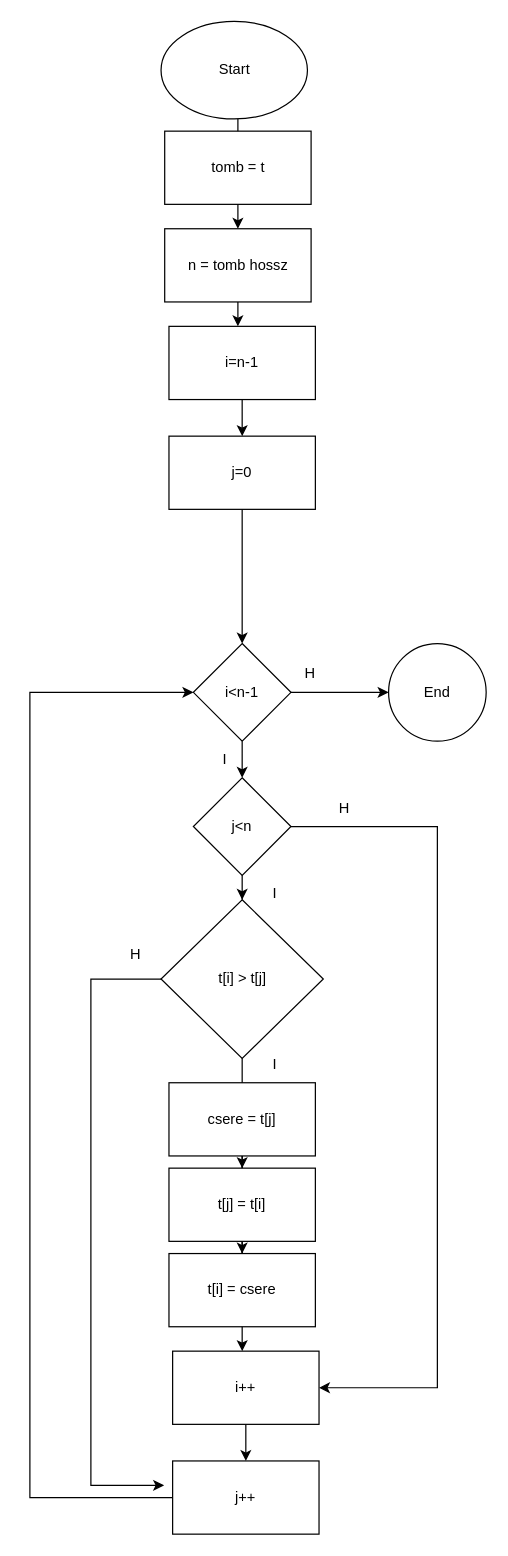
Before: Csere.drawio in Dani-frog/ada, a draw.io diagram. Source tidied: cells renumbered, new cells numbered last; positions are measured from the earlier drawing's top-left corner, leaving out a move shared by most shapes. Both pictures are drawn from the tidied source at 122%, with x=0, y=0 at pixel (29, 21).
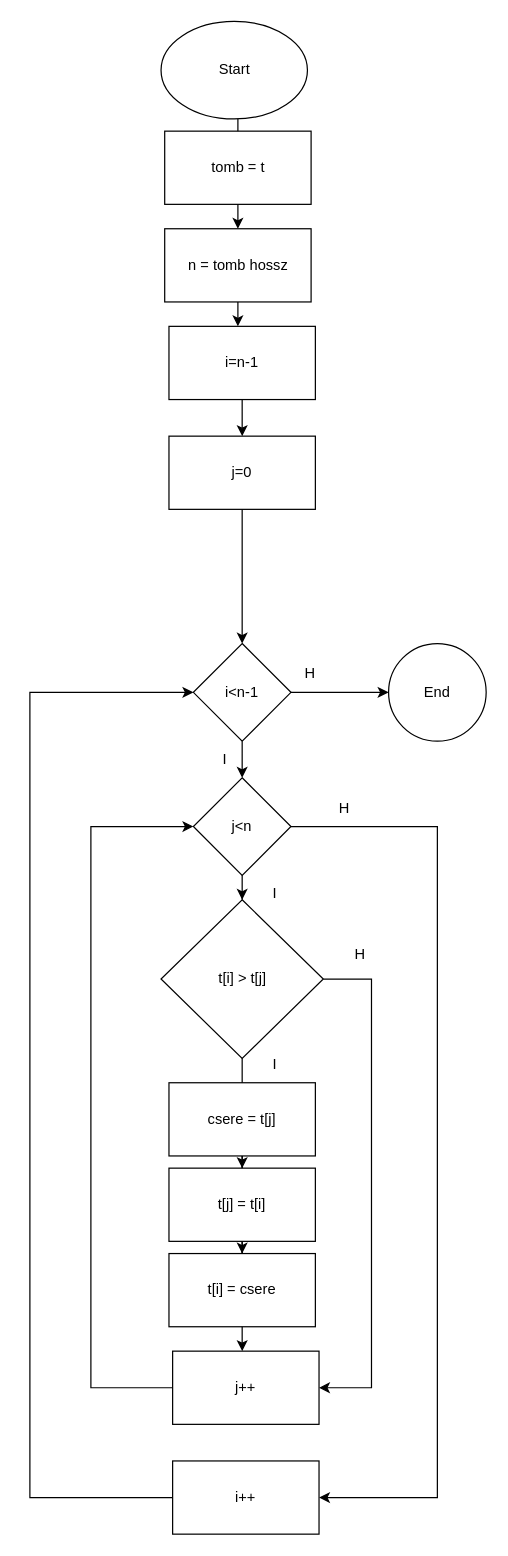
After the change.

The change refers to these unchanged cells:
```xml
<mxCell id="31" value="j&amp;lt;n" style="rhombus;whiteSpace=wrap;html=1;" parent="1" vertex="1">
  <mxGeometry x="134" y="620" width="80" height="80" as="geometry" />
</mxCell>
<mxCell id="33" value="t[i] &amp;gt; t[j]" style="rhombus;whiteSpace=wrap;html=1;" parent="1" vertex="1">
  <mxGeometry x="107.5" y="720" width="133" height="130" as="geometry" />
</mxCell>
```

Change to the diagram source:
```diff
@@
-    <mxCell id="13" style="edgeStyle=orthogonalEdgeStyle;rounded=0;jettySize=auto;html=1;entryX=1;entryY=0.5;entryDx=0;entryDy=0;" parent="1" edge="1" source="31" target="15">
+    <mxCell id="13" style="edgeStyle=orthogonalEdgeStyle;rounded=0;jettySize=auto;html=1;entryX=1;entryY=0.5;entryDx=0;entryDy=0;" parent="1" edge="1" source="31" target="18">
       <mxGeometry relative="1" as="geometry">
         <Array as="points">
           <mxPoint x="334" y="660" />
-          <mxPoint x="334" y="1120" />
+          <mxPoint x="334" y="1210" />
         </Array>
       </mxGeometry>
     </mxCell>
-    <mxCell id="14" style="edgeStyle=orthogonalEdgeStyle;rounded=0;jettySize=auto;html=1;" parent="1" edge="1" source="15" target="18">
-      <mxGeometry relative="1" as="geometry" />
-    </mxCell>
+    <mxCell id="36" style="edgeStyle=orthogonalEdgeStyle;rounded=0;jettySize=auto;html=1;entryX=0;entryY=0.5;entryDx=0;entryDy=0;" parent="1" edge="1" source="15" target="31">
+      <mxGeometry relative="1" as="geometry">
+        <Array as="points">
+          <mxPoint x="50" y="1120" />
+          <mxPoint x="50" y="660" />
+        </Array>
+      </mxGeometry>
+    </mxCell>
-    <mxCell id="15" value="i++&lt;br&gt;" style="whiteSpace=wrap;html=1;" parent="1" vertex="1">
+    <mxCell id="15" value="j++" style="whiteSpace=wrap;html=1;" parent="1" vertex="1">
       <mxGeometry x="117" y="1090" width="120" height="60" as="geometry" />
     </mxCell>
@@
-    <mxCell id="18" value="j++" style="whiteSpace=wrap;html=1;" parent="1" vertex="1">
+    <mxCell id="18" value="i++" style="whiteSpace=wrap;html=1;" parent="1" vertex="1">
       <mxGeometry x="117" y="1180" width="120" height="60" as="geometry" />
     </mxCell>
-    <mxCell id="19" style="edgeStyle=orthogonalEdgeStyle;rounded=0;jettySize=auto;html=1;" parent="1" edge="1" source="33">
+    <mxCell id="19" style="edgeStyle=orthogonalEdgeStyle;rounded=0;jettySize=auto;html=1;entryX=1;entryY=0.5;entryDx=0;entryDy=0;" parent="1" edge="1" source="33" target="15">
       <mxGeometry relative="1" as="geometry">
-        <mxPoint x="110" y="1200" as="targetPoint" />
         <Array as="points">
-          <mxPoint x="50" y="785" />
-          <mxPoint x="50" y="1200" />
+          <mxPoint x="280" y="785" />
+          <mxPoint x="280" y="1120" />
         </Array>
       </mxGeometry>
     </mxCell>
@@
     <mxCell id="26" value="H&lt;br&gt;" style="text;html=1;strokeColor=none;fillColor=none;align=center;verticalAlign=middle;whiteSpace=wrap;rounded=0;" parent="1" vertex="1">
-      <mxGeometry x="57" y="750" width="60" height="30" as="geometry" />
+      <mxGeometry x="240.5" y="750" width="60" height="30" as="geometry" />
     </mxCell>
```
